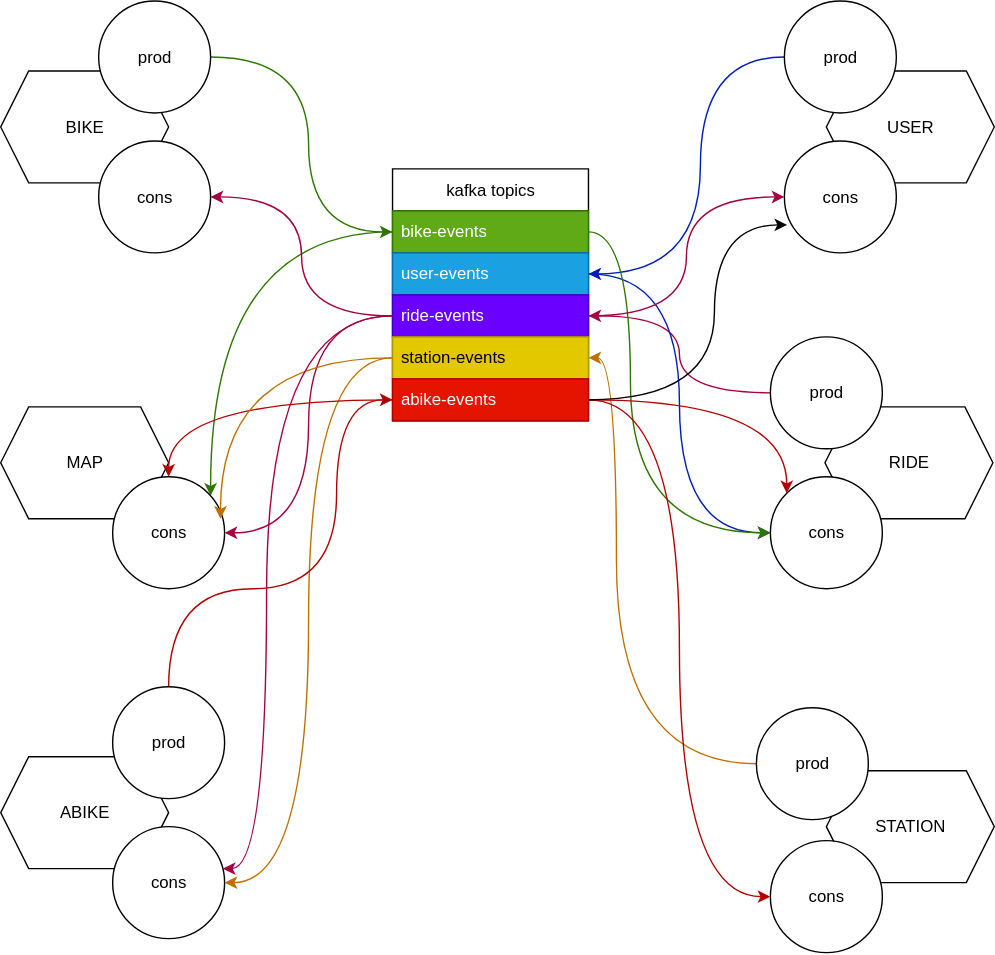
This is asciidoc/src/resources/svg/SAP-ASS-3-topic-p-3.drawio.svg from TonelliLuca/SAP-ass-03, a draw.io export, as it was before one commit. Source tidied: cells renumbered, new cells last; positions are measured from the earlier drawing's top-left corner, leaving out a move shared by most shapes.
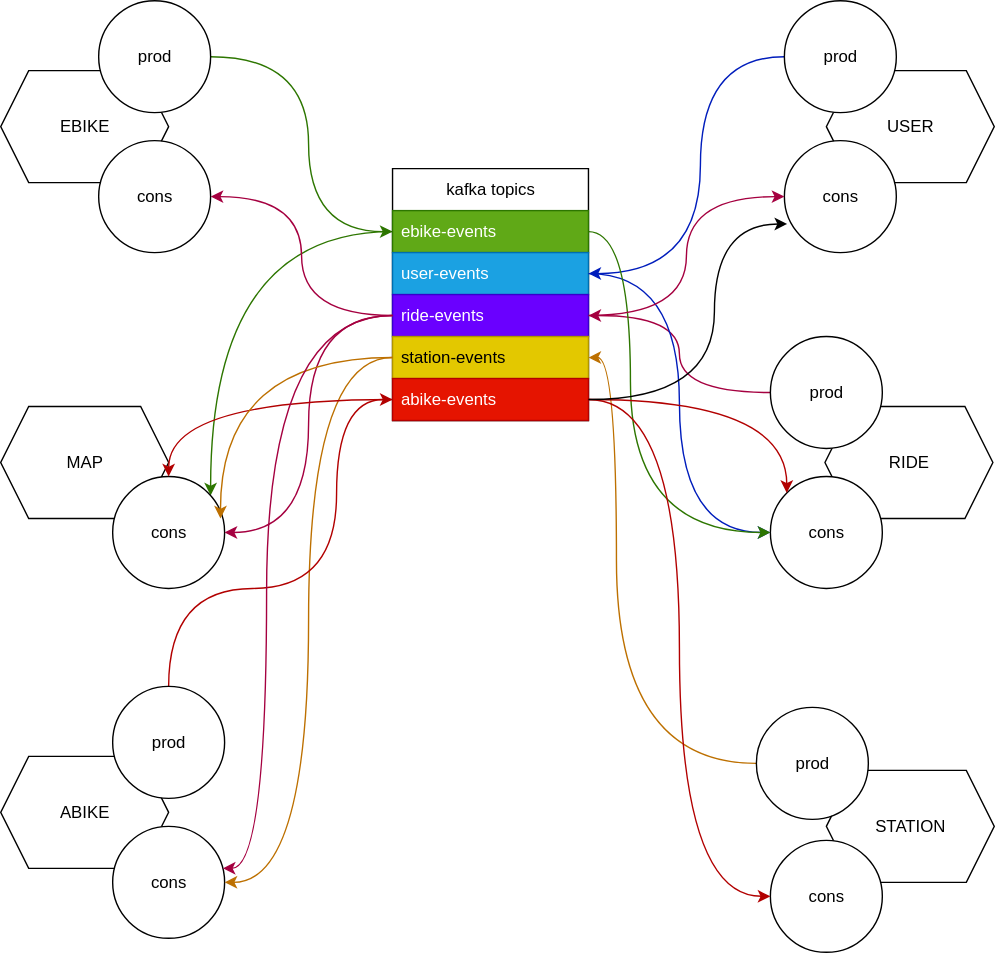
After the commit.

Commit message:
:memo: docs: update topic graphs

The edit, as a diff of the source:
```diff
@@ -2,7 +2,7 @@
   <root>
     <mxCell id="0" />
     <mxCell id="1" parent="0" />
-    <mxCell id="2" value="BIKE" style="shape=hexagon;perimeter=hexagonPerimeter2;whiteSpace=wrap;html=1;fixedSize=1;" parent="1" vertex="1">
+    <mxCell id="2" value="EBIKE" style="shape=hexagon;perimeter=hexagonPerimeter2;whiteSpace=wrap;html=1;fixedSize=1;" parent="1" vertex="1">
       <mxGeometry y="50" width="120" height="80" as="geometry" />
     </mxCell>
     <mxCell id="3" value="RIDE" style="shape=hexagon;perimeter=hexagonPerimeter2;whiteSpace=wrap;html=1;fixedSize=1;" parent="1" vertex="1">
@@ -64,7 +64,7 @@
     <mxCell id="17" value="kafka topics" style="swimlane;fontStyle=0;horizontal=1;startSize=30;whiteSpace=wrap;html=1;" parent="1" vertex="1">
       <mxGeometry x="280" y="120" width="140" height="180" as="geometry" />
     </mxCell>
-    <mxCell id="18" value="bike-events" style="text;strokeColor=#2D7600;fillColor=#60a917;align=left;verticalAlign=middle;spacingLeft=4;spacingRight=4;overflow=hidden;points=[[0,0.5],[1,0.5]];portConstraint=eastwest;whiteSpace=wrap;html=1;fontColor=#ffffff;" parent="17" vertex="1">
+    <mxCell id="18" value="ebike-events" style="text;strokeColor=#2D7600;fillColor=#60a917;align=left;verticalAlign=middle;spacingLeft=4;spacingRight=4;overflow=hidden;points=[[0,0.5],[1,0.5]];portConstraint=eastwest;whiteSpace=wrap;html=1;fontColor=#ffffff;" parent="17" vertex="1">
       <mxGeometry y="30" width="140" height="30" as="geometry" />
     </mxCell>
     <mxCell id="19" value="user-events" style="text;strokeColor=#006EAF;fillColor=#1ba1e2;align=left;verticalAlign=middle;spacingLeft=4;spacingRight=4;overflow=hidden;points=[[0,0.5],[1,0.5]];portConstraint=eastwest;whiteSpace=wrap;html=1;fontColor=#ffffff;" parent="17" vertex="1">
```
